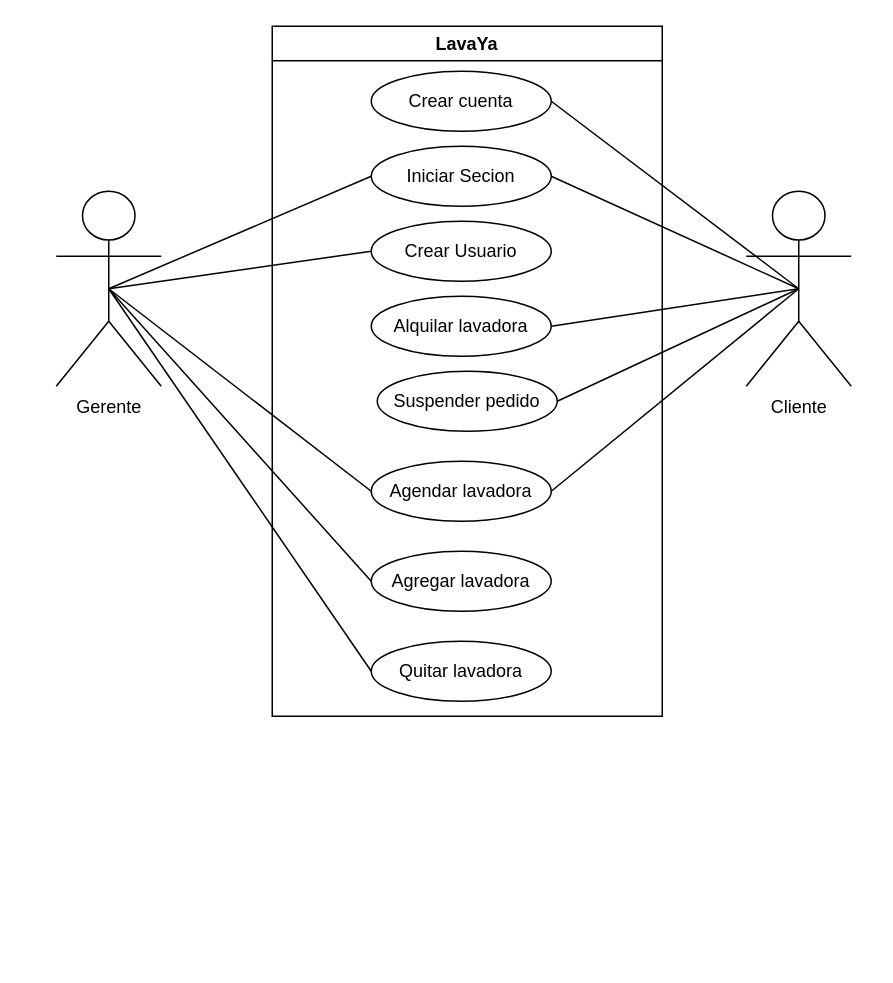
Earlier version of the draw.io diagram desing/use case.drawio (IsacC2005/Ingenieria-del-Software-II). Source tidied: cells renumbered, new cells numbered last; positions are measured from the earlier drawing's top-left corner, leaving out a move shared by most shapes. Both pictures are drawn from the tidied source at 150%, with x=0, y=0 at pixel (56, 26).
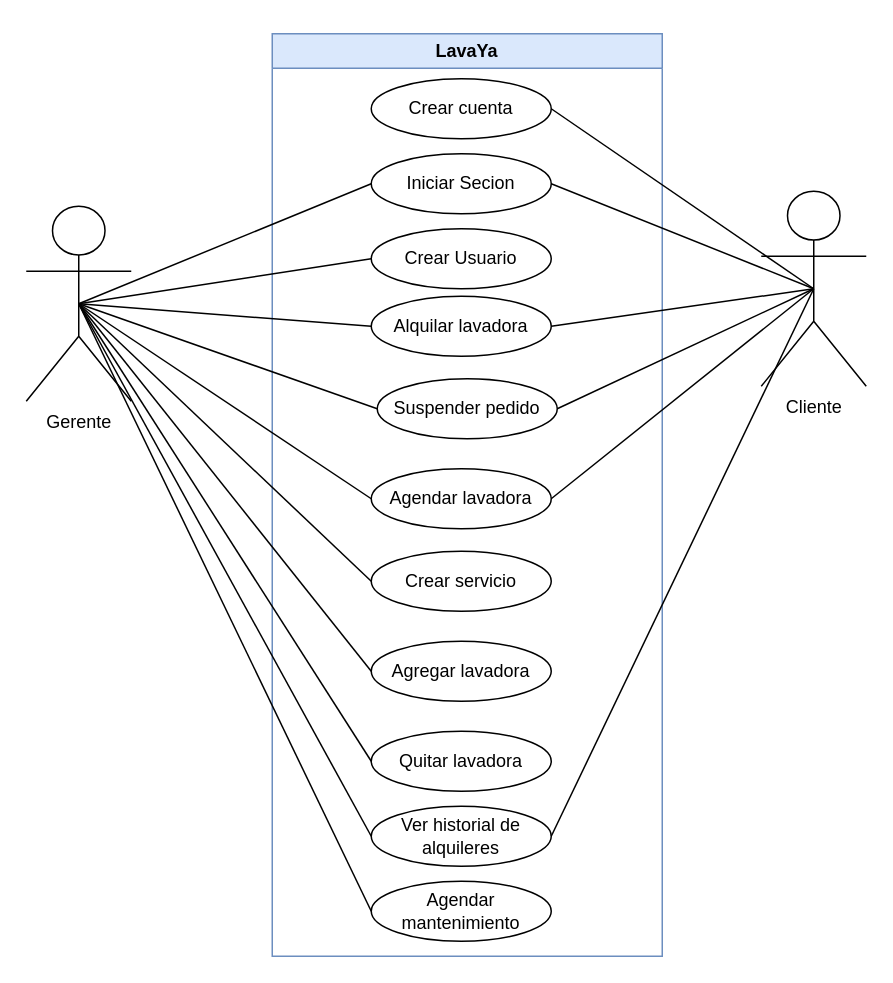
After the change.

Unchanged cells that the change refers to:
```xml
<mxCell id="9" value="Suspender pedido" style="ellipse;whiteSpace=wrap;html=1;" parent="2" vertex="1">
  <mxGeometry x="70" y="230" width="120" height="40" as="geometry" />
</mxCell>
<mxCell id="10" value="Alquilar lavadora" style="ellipse;whiteSpace=wrap;html=1;" parent="1" vertex="1">
  <mxGeometry x="210" y="180" width="120" height="40" as="geometry" />
</mxCell>
```

What changed in the source:
```diff
@@
-<mxGraphModel>
+<mxGraphModel background="#ffffff">
@@
-    <mxCell id="2" value="LavaYa" style="swimlane;whiteSpace=wrap;html=1;" parent="1" vertex="1">
-      <mxGeometry x="144" width="260" height="460" as="geometry" />
+    <mxCell id="2" value="LavaYa" style="swimlane;whiteSpace=wrap;html=1;fillColor=#dae8fc;strokeColor=#6c8ebf;" parent="1" vertex="1">
+      <mxGeometry x="144" y="5" width="260" height="615" as="geometry" />
     </mxCell>
@@
     <mxCell id="7" value="Agregar lavadora" style="ellipse;whiteSpace=wrap;html=1;" parent="2" vertex="1">
-      <mxGeometry x="66" y="350" width="120" height="40" as="geometry" />
+      <mxGeometry x="66" y="405" width="120" height="40" as="geometry" />
     </mxCell>
     <mxCell id="8" value="Quitar lavadora" style="ellipse;whiteSpace=wrap;html=1;" parent="2" vertex="1">
-      <mxGeometry x="66" y="410" width="120" height="40" as="geometry" />
+      <mxGeometry x="66" y="465" width="120" height="40" as="geometry" />
     </mxCell>
@@
+    <mxCell id="23" value="Ver historial de alquileres" style="ellipse;whiteSpace=wrap;html=1;" parent="2" vertex="1">
+      <mxGeometry x="66" y="515" width="120" height="40" as="geometry" />
+    </mxCell>
+    <mxCell id="24" value="Crear servicio" style="ellipse;whiteSpace=wrap;html=1;" parent="2" vertex="1">
+      <mxGeometry x="66" y="345" width="120" height="40" as="geometry" />
+    </mxCell>
+    <mxCell id="25" value="Agendar mantenimiento" style="ellipse;whiteSpace=wrap;html=1;" parent="2" vertex="1">
+      <mxGeometry x="66" y="565" width="120" height="40" as="geometry" />
+    </mxCell>
@@
+    <mxCell id="26" style="rounded=0;jettySize=auto;html=1;exitX=0.5;exitY=0.5;exitDx=0;exitDy=0;exitPerimeter=0;entryX=0;entryY=0.5;entryDx=0;entryDy=0;endArrow=none;endFill=0;" parent="1" edge="1" source="11" target="23">
+      <mxGeometry relative="1" as="geometry" />
+    </mxCell>
+    <mxCell id="27" style="rounded=0;jettySize=auto;html=1;exitX=0.5;exitY=0.5;exitDx=0;exitDy=0;exitPerimeter=0;entryX=0;entryY=0.5;entryDx=0;entryDy=0;endArrow=none;endFill=0;" parent="1" edge="1" source="11" target="24">
+      <mxGeometry relative="1" as="geometry" />
+    </mxCell>
+    <mxCell id="28" style="rounded=0;jettySize=auto;html=1;exitX=0.5;exitY=0.5;exitDx=0;exitDy=0;exitPerimeter=0;entryX=0;entryY=0.5;entryDx=0;entryDy=0;endArrow=none;endFill=0;" parent="1" edge="1" source="11" target="25">
+      <mxGeometry relative="1" as="geometry" />
+    </mxCell>
+    <mxCell id="29" style="rounded=0;jettySize=auto;html=1;exitX=0.5;exitY=0.5;exitDx=0;exitDy=0;exitPerimeter=0;entryX=0;entryY=0.5;entryDx=0;entryDy=0;endArrow=none;endFill=0;" parent="1" edge="1" source="11" target="10">
+      <mxGeometry relative="1" as="geometry" />
+    </mxCell>
+    <mxCell id="30" style="rounded=0;jettySize=auto;html=1;exitX=0.5;exitY=0.5;exitDx=0;exitDy=0;exitPerimeter=0;entryX=0;entryY=0.5;entryDx=0;entryDy=0;endArrow=none;endFill=0;" parent="1" edge="1" source="11" target="9">
+      <mxGeometry relative="1" as="geometry" />
+    </mxCell>
     <mxCell id="11" value="Gerente" style="shape=umlActor;verticalLabelPosition=bottom;verticalAlign=top;html=1;outlineConnect=0;" parent="1" vertex="1">
-      <mxGeometry y="110" width="70" height="130" as="geometry" />
+      <mxGeometry x="-20" y="120" width="70" height="130" as="geometry" />
     </mxCell>
     <mxCell id="12" value="Cliente" style="shape=umlActor;verticalLabelPosition=bottom;verticalAlign=top;html=1;outlineConnect=0;" parent="1" vertex="1">
-      <mxGeometry x="460" y="110" width="70" height="130" as="geometry" />
+      <mxGeometry x="470" y="110" width="70" height="130" as="geometry" />
     </mxCell>
@@
+    <mxCell id="31" style="endArrow=none;html=1;rounded=0;entryX=0.5;entryY=0.5;entryDx=0;entryDy=0;entryPerimeter=0;exitX=1;exitY=0.5;exitDx=0;exitDy=0;" parent="1" edge="1" source="23" target="12">
+      <mxGeometry relative="1" as="geometry" />
+    </mxCell>
```
